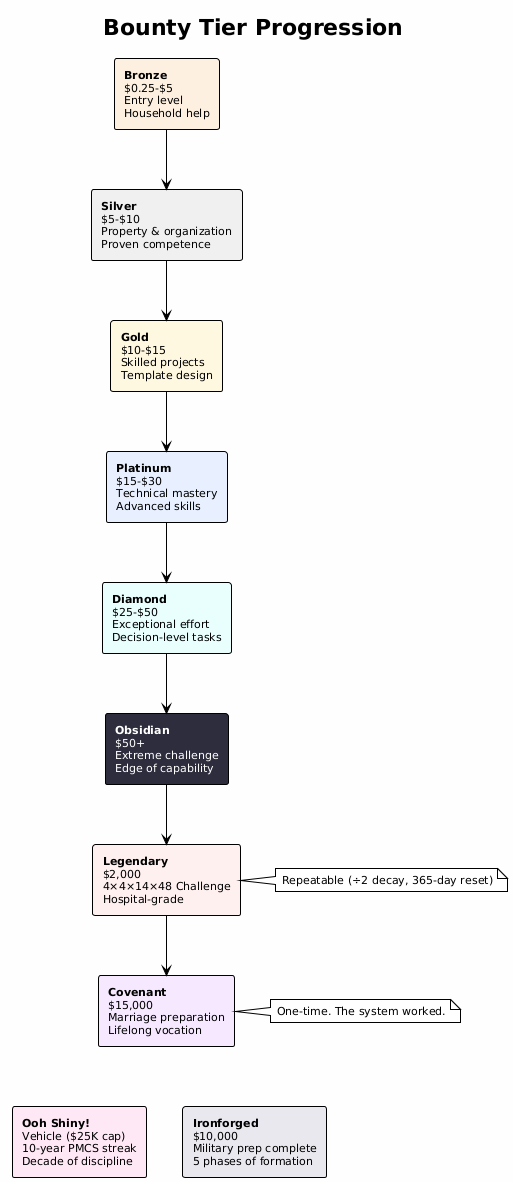
Above: diagrams/bounty_tiers.png in vampireLibrarianMonk/life_planning (PlantUML), before the change. The source it was exported from:
```plantuml
@startuml bounty_tiers
!theme plain
skinparam backgroundColor #FEFEFE
skinparam defaultFontSize 11

title Bounty Tier Progression

rectangle "**Bronze**\n$0.25-$5\nEntry level\nHousehold help" as bronze #FDF0E0
rectangle "**Silver**\n$5-$10\nProperty & organization\nProven competence" as silver #F0F0F0
rectangle "**Gold**\n$10-$15\nSkilled projects\nTemplate design" as gold #FFF8E0
rectangle "**Platinum**\n$15-$30\nTechnical mastery\nAdvanced skills" as platinum #E8F0FF
rectangle "**Diamond**\n$25-$50\nExceptional effort\nDecision-level tasks" as diamond #E8FFFE
rectangle "**Obsidian**\n$50+\nExtreme challenge\nEdge of capability" as obsidian #2D2D3D;text:white
rectangle "**Legendary**\n$2,000\n4×4×14×48 Challenge\nHospital-grade" as legendary #FFF0F0
rectangle "**Covenant**\n$15,000\nMarriage preparation\nLifelong vocation" as covenant #F5E8FF
rectangle "**Ooh Shiny!**\nVehicle ($25K cap)\n10-year PMCS streak\nDecade of discipline" as shiny #FFE8F5
rectangle "**Ironforged**\n$10,000\nMilitary prep complete\n5 phases of formation" as iron #E8E8EE

bronze --> silver
silver --> gold
gold --> platinum
platinum --> diamond
diamond --> obsidian
obsidian --> legendary
legendary --> covenant
covenant -[hidden]-> shiny
covenant -[hidden]-> iron

note right of legendary
  Repeatable (÷2 decay, 365-day reset)
end note

note right of covenant
  One-time. The system worked.
end note
@enduml
```
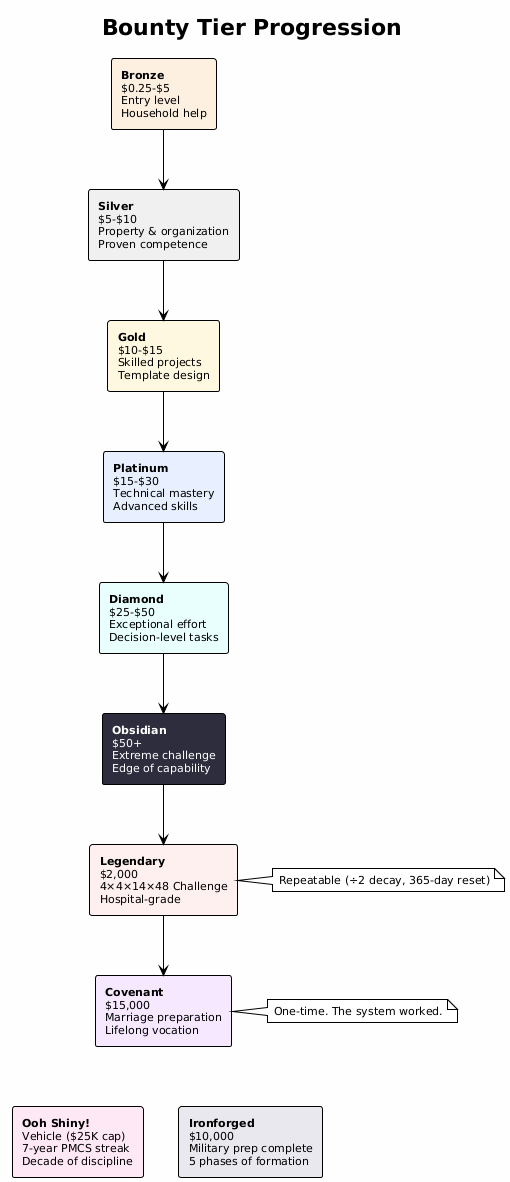
The same file after the commit.

The edit, as a diff of the source:
```diff
@@ -13,7 +13,7 @@
 rectangle "**Obsidian**\n$50+\nExtreme challenge\nEdge of capability" as obsidian #2D2D3D;text:white
 rectangle "**Legendary**\n$2,000\n4×4×14×48 Challenge\nHospital-grade" as legendary #FFF0F0
 rectangle "**Covenant**\n$15,000\nMarriage preparation\nLifelong vocation" as covenant #F5E8FF
-rectangle "**Ooh Shiny!**\nVehicle ($25K cap)\n10-year PMCS streak\nDecade of discipline" as shiny #FFE8F5
+rectangle "**Ooh Shiny!**\nVehicle ($25K cap)\n7-year PMCS streak\nDecade of discipline" as shiny #FFE8F5
 rectangle "**Ironforged**\n$10,000\nMilitary prep complete\n5 phases of formation" as iron #E8E8EE
 
 bronze --> silver
```
